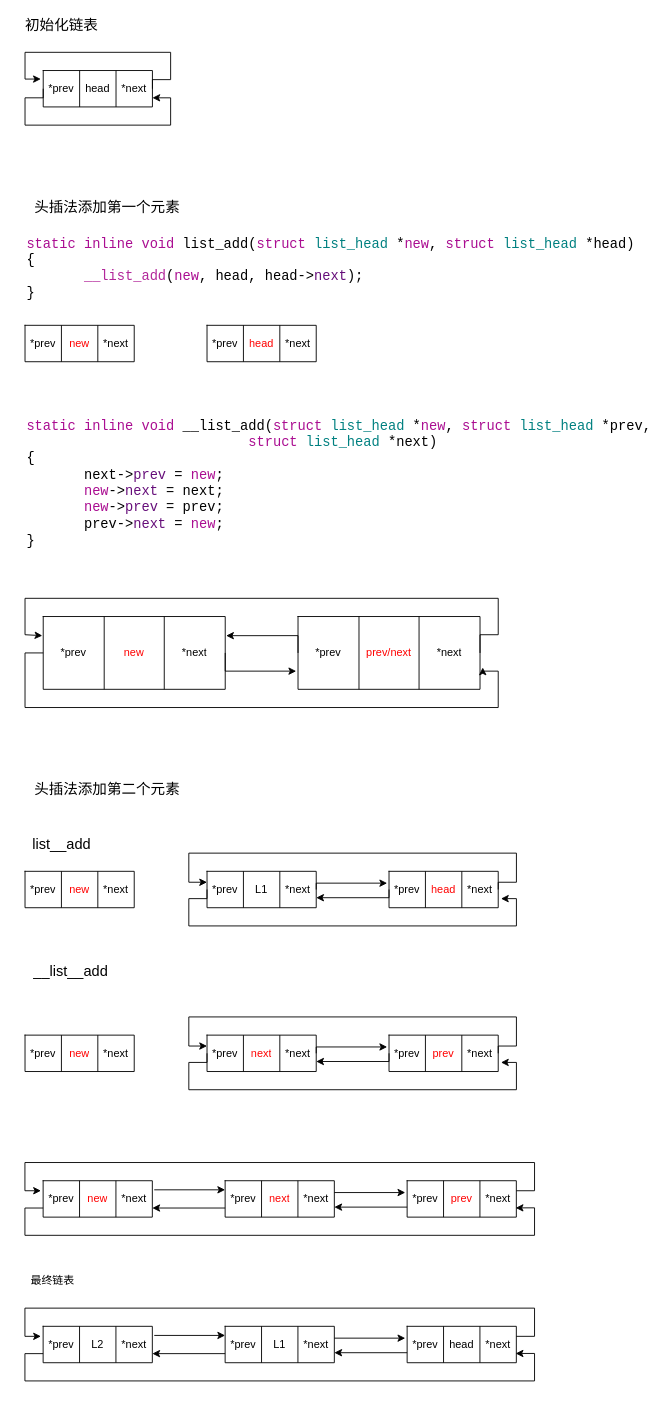
Above: DataStructure/内核链表.drawio in Pineapple666/Draw (draw.io), before the change. Source tidied: cells renumbered, new cells numbered last; positions are measured from the earlier drawing's top-left corner, leaving out a move shared by most shapes. Both pictures are drawn from the tidied source at 91%, with x=0, y=0 at pixel (15, 15).
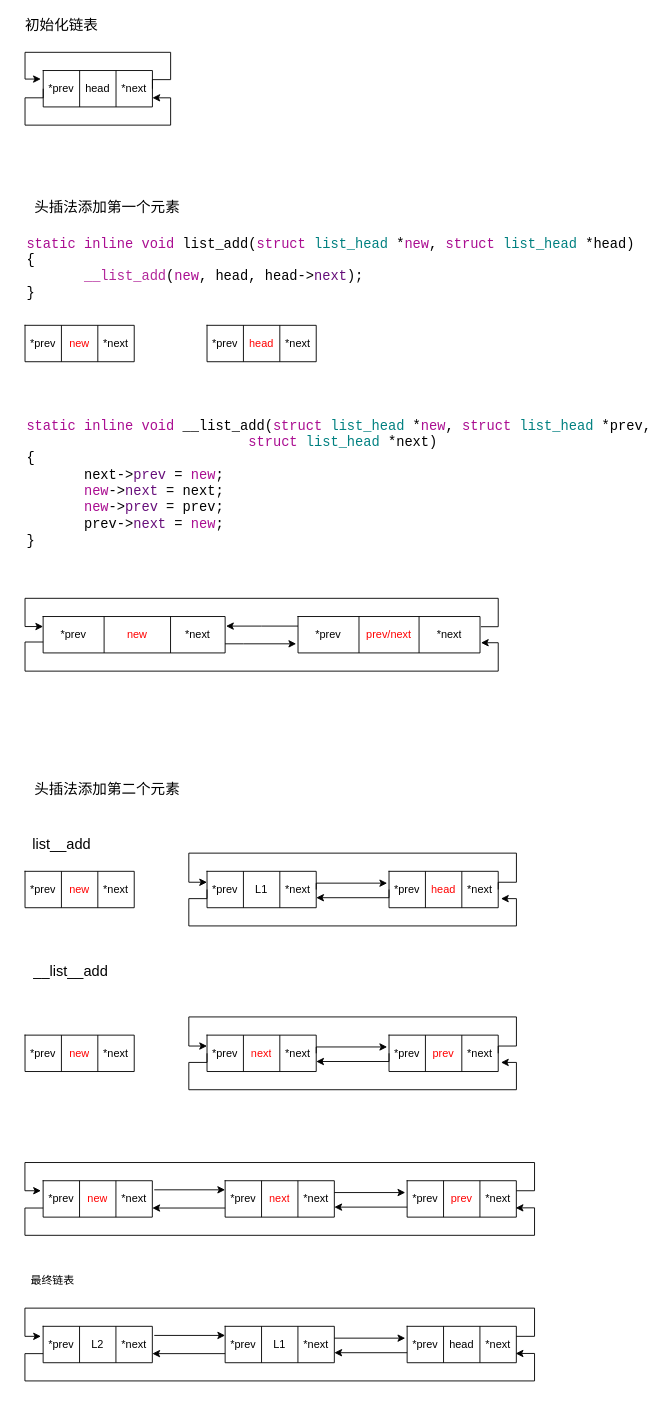
After the change.

What changed in the source:
```diff
@@
     <mxCell id="22" value="&lt;pre style=&quot;background-color: #ffffff ; color: #000000 ; font-family: &amp;quot;jetbrains mono&amp;quot; , monospace ; font-size: 11.3pt&quot;&gt;&lt;span style=&quot;color: #aa0d91&quot;&gt;static inline void &lt;/span&gt;__list_add(&lt;span style=&quot;color: #aa0d91&quot;&gt;struct &lt;/span&gt;&lt;span style=&quot;color: #008080&quot;&gt;list_head &lt;/span&gt;*&lt;span style=&quot;color: #aa0d91&quot;&gt;new&lt;/span&gt;, &lt;span style=&quot;color: #aa0d91&quot;&gt;struct &lt;/span&gt;&lt;span style=&quot;color: #008080&quot;&gt;list_head &lt;/span&gt;*prev,&lt;br&gt;                           &lt;span style=&quot;color: #aa0d91&quot;&gt;struct &lt;/span&gt;&lt;span style=&quot;color: #008080&quot;&gt;list_head &lt;/span&gt;*next)&lt;br&gt;{&lt;br&gt;       next-&amp;gt;&lt;span style=&quot;color: #660e7a&quot;&gt;prev &lt;/span&gt;= &lt;span style=&quot;color: #aa0d91&quot;&gt;new&lt;/span&gt;;&lt;br&gt;       &lt;span style=&quot;color: #aa0d91&quot;&gt;new&lt;/span&gt;-&amp;gt;&lt;span style=&quot;color: #660e7a&quot;&gt;next &lt;/span&gt;= next;&lt;br&gt;       &lt;span style=&quot;color: #aa0d91&quot;&gt;new&lt;/span&gt;-&amp;gt;&lt;span style=&quot;color: #660e7a&quot;&gt;prev &lt;/span&gt;= prev;&lt;br&gt;       prev-&amp;gt;&lt;span style=&quot;color: #660e7a&quot;&gt;next &lt;/span&gt;= &lt;span style=&quot;color: #aa0d91&quot;&gt;new&lt;/span&gt;;&lt;br&gt;}&lt;/pre&gt;" style="text;whiteSpace=wrap;html=1;" parent="1" vertex="1">
-      <mxGeometry x="10" y="420" width="550" height="160" as="geometry" />
+      <mxGeometry x="10" y="420" width="600" height="160" as="geometry" />
     </mxCell>
     <mxCell id="23" style="shape=table;startSize=0;childLayout=tableLayout;" parent="1" vertex="1">
-      <mxGeometry x="30" y="660" width="200" height="80" as="geometry" />
+      <mxGeometry x="29.9" y="660" width="200" height="40" as="geometry" />
     </mxCell>
     <mxCell id="24" style="shape=partialRectangle;fillColor=none;top=0;left=0;bottom=0;right=0;points=[[0,0.5],[1,0.5]];portConstraint=eastwest;" parent="23" vertex="1">
-      <mxGeometry width="200" height="80" as="geometry" />
+      <mxGeometry width="200" height="40" as="geometry" />
     </mxCell>
     <mxCell id="25" value="*prev" style="shape=partialRectangle;html=1;whiteSpace=wrap;overflow=hidden;fillColor=none;top=0;left=0;bottom=0;right=0;" parent="24" vertex="1">
-      <mxGeometry width="67" height="80" as="geometry" />
+      <mxGeometry width="67" height="40" as="geometry" />
     </mxCell>
     <mxCell id="26" value="&lt;font color=&quot;#ff0000&quot;&gt;new&lt;/font&gt;" style="shape=partialRectangle;html=1;whiteSpace=wrap;overflow=hidden;fillColor=none;top=0;left=0;bottom=0;right=0;" parent="24" vertex="1">
-      <mxGeometry x="67" width="66" height="80" as="geometry" />
+      <mxGeometry x="67" width="73" height="40" as="geometry" />
     </mxCell>
     <mxCell id="27" value="*next" style="shape=partialRectangle;html=1;whiteSpace=wrap;overflow=hidden;fillColor=none;top=0;left=0;bottom=0;right=0;" parent="24" vertex="1">
-      <mxGeometry x="133" width="67" height="80" as="geometry" />
+      <mxGeometry x="140" width="60" height="40" as="geometry" />
     </mxCell>
     <mxCell id="28" style="shape=table;startSize=0;childLayout=tableLayout;" parent="1" vertex="1">
-      <mxGeometry x="310" y="660" width="200" height="80" as="geometry" />
+      <mxGeometry x="310" y="660" width="200" height="40" as="geometry" />
     </mxCell>
     <mxCell id="29" style="shape=partialRectangle;fillColor=none;top=0;left=0;bottom=0;right=0;points=[[0,0.5],[1,0.5]];portConstraint=eastwest;" parent="28" vertex="1">
-      <mxGeometry width="200" height="80" as="geometry" />
+      <mxGeometry width="200" height="40" as="geometry" />
     </mxCell>
     <mxCell id="30" value="*prev" style="shape=partialRectangle;html=1;whiteSpace=wrap;overflow=hidden;fillColor=none;top=0;left=0;bottom=0;right=0;" parent="29" vertex="1">
-      <mxGeometry width="67" height="80" as="geometry" />
+      <mxGeometry width="67" height="40" as="geometry" />
     </mxCell>
     <mxCell id="31" value="&lt;font color=&quot;#ff0000&quot;&gt;prev/next&lt;/font&gt;" style="shape=partialRectangle;html=1;whiteSpace=wrap;overflow=hidden;fillColor=none;top=0;left=0;bottom=0;right=0;" parent="29" vertex="1">
-      <mxGeometry x="67" width="66" height="80" as="geometry" />
+      <mxGeometry x="67" width="66" height="40" as="geometry" />
     </mxCell>
     <mxCell id="32" value="*next" style="shape=partialRectangle;html=1;whiteSpace=wrap;overflow=hidden;fillColor=none;top=0;left=0;bottom=0;right=0;" parent="29" vertex="1">
-      <mxGeometry x="133" width="67" height="80" as="geometry" />
+      <mxGeometry x="133" width="67" height="40" as="geometry" />
     </mxCell>
-    <mxCell id="33" style="edgeStyle=orthogonalEdgeStyle;rounded=0;jettySize=auto;html=1;exitX=0;exitY=0.5;exitDx=0;exitDy=0;entryX=1.005;entryY=0.263;entryDx=0;entryDy=0;entryPerimeter=0;" parent="1" edge="1" source="29" target="24">
+    <mxCell id="33" style="edgeStyle=orthogonalEdgeStyle;rounded=0;jettySize=auto;html=1;entryX=1.005;entryY=0.263;entryDx=0;entryDy=0;entryPerimeter=0;" parent="1" edge="1" source="29" target="24">
       <mxGeometry relative="1" as="geometry">
         <Array as="points">
-          <mxPoint x="310" y="681" />
+          <mxPoint x="270" y="671" />
         </Array>
       </mxGeometry>
     </mxCell>
-    <mxCell id="34" style="edgeStyle=orthogonalEdgeStyle;rounded=0;jettySize=auto;html=1;exitX=1;exitY=0.5;exitDx=0;exitDy=0;entryX=-0.01;entryY=0.75;entryDx=0;entryDy=0;entryPerimeter=0;" parent="1" edge="1" source="24" target="29">
+    <mxCell id="34" style="edgeStyle=orthogonalEdgeStyle;rounded=0;jettySize=auto;html=1;entryX=-0.01;entryY=0.75;entryDx=0;entryDy=0;entryPerimeter=0;" parent="1" edge="1" source="24" target="29">
       <mxGeometry relative="1" as="geometry">
         <Array as="points">
-          <mxPoint x="230" y="720" />
+          <mxPoint x="250" y="690" />
+          <mxPoint x="250" y="690" />
         </Array>
       </mxGeometry>
     </mxCell>
-    <mxCell id="35" style="edgeStyle=orthogonalEdgeStyle;rounded=0;jettySize=auto;html=1;exitX=1;exitY=0.5;exitDx=0;exitDy=0;entryX=-0.005;entryY=0.263;entryDx=0;entryDy=0;entryPerimeter=0;" parent="1" edge="1" source="29" target="24">
-      <mxGeometry relative="1" as="geometry">
-        <Array as="points">
-          <mxPoint x="510" y="680" />
-          <mxPoint x="530" y="680" />
-          <mxPoint x="530" y="640" />
-          <mxPoint x="10" y="640" />
-          <mxPoint x="10" y="680" />
-        </Array>
-      </mxGeometry>
-    </mxCell>
-    <mxCell id="36" style="edgeStyle=orthogonalEdgeStyle;rounded=0;jettySize=auto;html=1;exitX=0;exitY=0.5;exitDx=0;exitDy=0;entryX=1.015;entryY=0.7;entryDx=0;entryDy=0;entryPerimeter=0;" parent="1" edge="1" source="24" target="29">
+    <mxCell id="36" style="edgeStyle=orthogonalEdgeStyle;rounded=0;jettySize=auto;html=1;entryX=1.005;entryY=0.72;entryDx=0;entryDy=0;entryPerimeter=0;" parent="1" edge="1" source="24" target="29">
       <mxGeometry relative="1" as="geometry">
         <Array as="points">
-          <mxPoint x="10" y="700" />
-          <mxPoint x="10" y="760" />
-          <mxPoint x="530" y="760" />
+          <mxPoint x="10" y="688" />
+          <mxPoint x="10" y="720" />
           <mxPoint x="530" y="720" />
-          <mxPoint x="513" y="720" />
+          <mxPoint x="530" y="689" />
         </Array>
       </mxGeometry>
     </mxCell>
@@
+    <mxCell id="35" style="edgeStyle=orthogonalEdgeStyle;rounded=0;jettySize=auto;html=1;exitX=1.005;exitY=0.28;exitDx=0;exitDy=0;exitPerimeter=0;" parent="1" edge="1" source="29" target="24">
+      <mxGeometry relative="1" as="geometry">
+        <Array as="points">
+          <mxPoint x="530" y="671" />
+          <mxPoint x="530" y="640" />
+          <mxPoint x="10" y="640" />
+          <mxPoint x="10" y="671" />
+        </Array>
+      </mxGeometry>
+    </mxCell>
```
